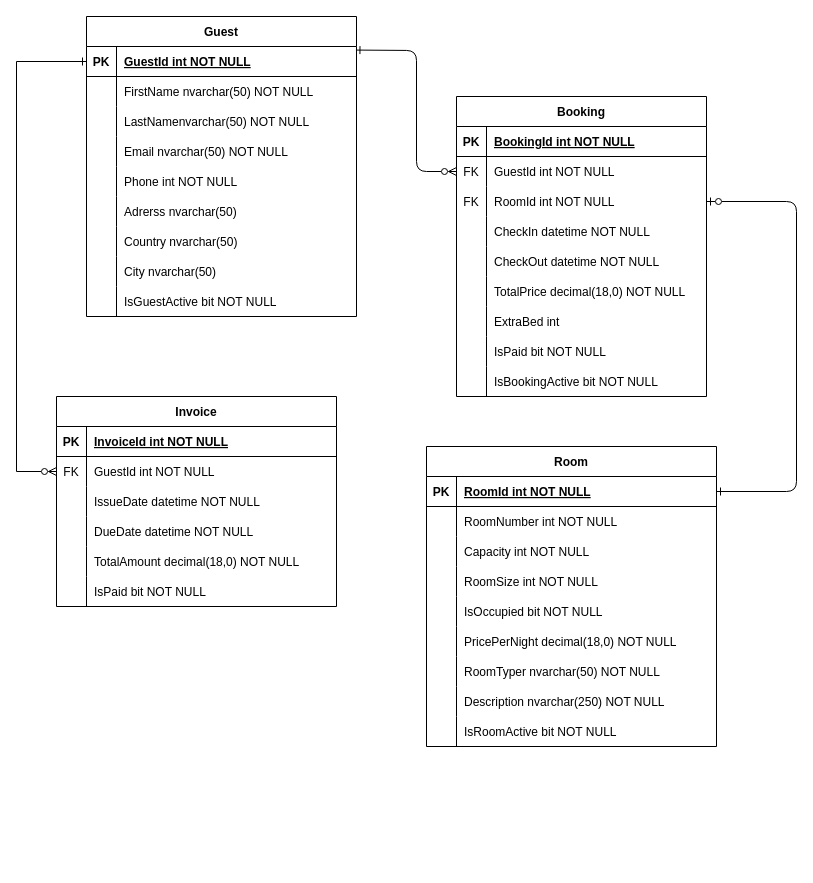
MosesDaCode/HotellCham keeps this draw.io diagram as Extra files/HotellCham ERD.drawio. Above is the earlier version. Source tidied: cells renumbered, new cells numbered last; positions are measured from the earlier drawing's top-left corner, leaving out a move shared by most shapes. Both pictures are drawn from the tidied source at 100%, with x=0, y=0 at pixel (16, 16).
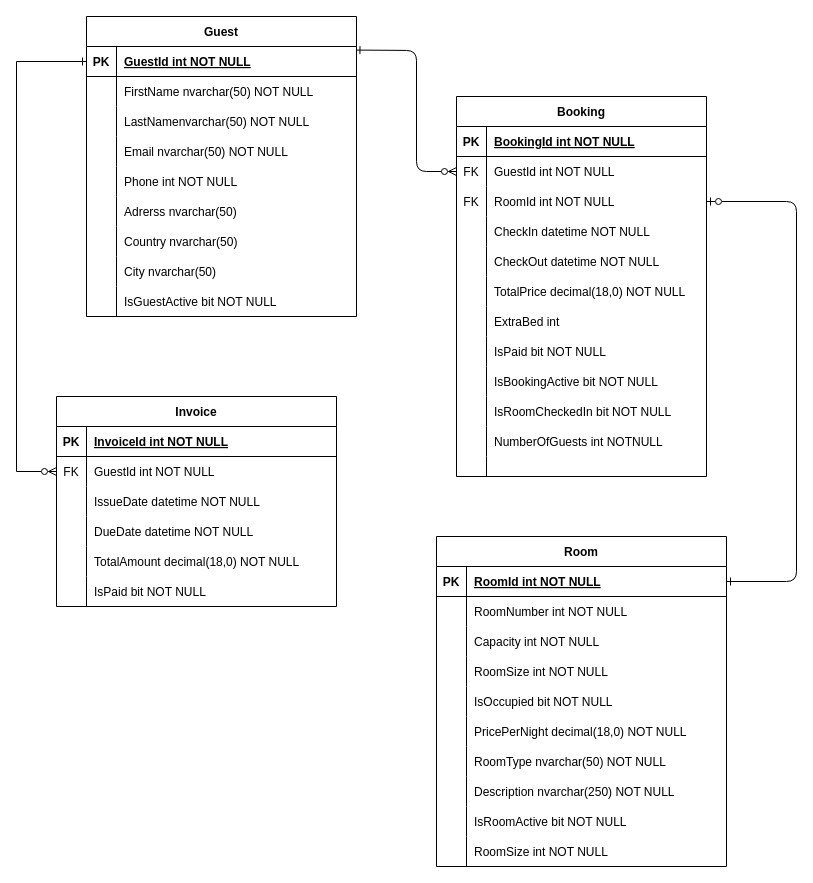
The same diagram, later.

Unchanged cells that the change refers to:
```xml
<mxCell id="11" style="shape=partialRectangle;fillColor=none;points=[[0,0.5],[1,0.5]];portConstraint=eastwest;top=0;left=0;right=0;bottom=0;" parent="4" vertex="1">
  <mxGeometry y="90" width="250" height="30" as="geometry" />
</mxCell>
<mxCell id="33" style="shape=partialRectangle;fillColor=none;points=[[0,0.5],[1,0.5]];portConstraint=eastwest;top=0;left=0;right=0;bottom=1;" parent="32" vertex="1">
  <mxGeometry y="30" width="290" height="30" as="geometry" />
</mxCell>
<mxCell id="51" style="shape=partialRectangle;fillColor=none;top=0;left=0;right=0;bottom=0;" parent="32" vertex="1">
  <mxGeometry y="210" width="290" height="30" as="geometry" />
</mxCell>
```

Diff of the diagram source:
```diff
@@
     <mxCell id="3" style="endArrow=ERone;startArrow=ERzeroToOne;endFill=0;startFill=0;entryX=1;entryY=0.5;entryDx=0;entryDy=0;exitX=1;exitY=0.5;exitDx=0;exitDy=0;" parent="1" edge="1" source="11" target="33">
       <mxGeometry relative="1" as="geometry">
         <Array as="points">
           <mxPoint x="780" y="185" />
-          <mxPoint x="780" y="475" />
+          <mxPoint x="780" y="565" />
         </Array>
       </mxGeometry>
     </mxCell>
     <mxCell id="4" value="Booking" style="shape=table;startSize=30;childLayout=tableLayout;rowLines=0;fontStyle=1;align=center;" parent="1" vertex="1">
-      <mxGeometry x="440" y="80" width="250" height="300" as="geometry" />
+      <mxGeometry x="440" y="80" width="250" height="380" as="geometry" />
     </mxCell>
@@
+    <mxCell id="108" style="shape=partialRectangle;fillColor=none;top=0;left=0;right=0;bottom=0;" parent="4" vertex="1">
+      <mxGeometry y="270" width="250" height="30" as="geometry" />
+    </mxCell>
+    <mxCell id="109" style="shape=partialRectangle;overflow=hidden;fillColor=none;top=0;left=0;bottom=0;right=0;" parent="108" vertex="1">
+      <mxGeometry width="30" height="30" as="geometry" />
+    </mxCell>
+    <mxCell id="110" value="IsBookingActive bit NOT NULL" style="shape=partialRectangle;overflow=hidden;fillColor=none;top=0;left=0;bottom=0;right=0;align=left;spacingLeft=6;" parent="108" vertex="1">
+      <mxGeometry x="30" width="220" height="30" as="geometry" />
+    </mxCell>
+    <mxCell id="111" style="shape=partialRectangle;fillColor=none;top=0;left=0;right=0;bottom=0;" parent="4" vertex="1">
+      <mxGeometry y="300" width="250" height="30" as="geometry" />
+    </mxCell>
+    <mxCell id="112" style="shape=partialRectangle;overflow=hidden;fillColor=none;top=0;left=0;bottom=0;right=0;" parent="111" vertex="1">
+      <mxGeometry width="30" height="30" as="geometry" />
+    </mxCell>
+    <mxCell id="113" value="IsRoomCheckedIn bit NOT NULL" style="shape=partialRectangle;overflow=hidden;fillColor=none;top=0;left=0;bottom=0;right=0;align=left;spacingLeft=6;" parent="111" vertex="1">
+      <mxGeometry x="30" width="220" height="30" as="geometry" />
+    </mxCell>
+    <mxCell id="114" style="shape=partialRectangle;fillColor=none;top=0;left=0;right=0;bottom=0;" parent="4" vertex="1">
+      <mxGeometry y="330" width="250" height="30" as="geometry" />
+    </mxCell>
+    <mxCell id="115" style="shape=partialRectangle;overflow=hidden;fillColor=none;top=0;left=0;bottom=0;right=0;" parent="114" vertex="1">
+      <mxGeometry width="30" height="30" as="geometry" />
+    </mxCell>
+    <mxCell id="116" value="NumberOfGuests int NOTNULL" style="shape=partialRectangle;overflow=hidden;fillColor=none;top=0;left=0;bottom=0;right=0;align=left;spacingLeft=6;" parent="114" vertex="1">
+      <mxGeometry x="30" width="220" height="30" as="geometry" />
+    </mxCell>
     <mxCell id="29" style="shape=partialRectangle;fillColor=none;top=0;left=0;right=0;bottom=0;" parent="4" vertex="1">
-      <mxGeometry y="270" width="250" height="30" as="geometry" />
+      <mxGeometry y="360" width="250" height="20" as="geometry" />
     </mxCell>
     <mxCell id="30" style="shape=partialRectangle;overflow=hidden;fillColor=none;top=0;left=0;bottom=0;right=0;" parent="29" vertex="1">
-      <mxGeometry width="30" height="30" as="geometry" />
+      <mxGeometry width="30" height="20" as="geometry" />
     </mxCell>
-    <mxCell id="31" value="IsBookingActive bit NOT NULL" style="shape=partialRectangle;overflow=hidden;fillColor=none;top=0;left=0;bottom=0;right=0;align=left;spacingLeft=6;" parent="29" vertex="1">
-      <mxGeometry x="30" width="220" height="30" as="geometry" />
+    <mxCell id="31" style="shape=partialRectangle;overflow=hidden;fillColor=none;top=0;left=0;bottom=0;right=0;align=left;spacingLeft=6;" parent="29" vertex="1">
+      <mxGeometry x="30" width="220" height="20" as="geometry" />
     </mxCell>
     <mxCell id="32" value="Room" style="shape=table;startSize=30;childLayout=tableLayout;rowLines=0;fontStyle=1;align=center;" parent="1" vertex="1">
-      <mxGeometry x="410" y="430" width="290" height="300" as="geometry" />
+      <mxGeometry x="420" y="520" width="290" height="330" as="geometry" />
     </mxCell>
@@
-    <mxCell id="53" value="RoomTyper nvarchar(50) NOT NULL" style="shape=partialRectangle;overflow=hidden;fillColor=none;top=0;left=0;bottom=0;right=0;align=left;spacingLeft=6;" parent="51" vertex="1">
+    <mxCell id="53" value="RoomType nvarchar(50) NOT NULL" style="shape=partialRectangle;overflow=hidden;fillColor=none;top=0;left=0;bottom=0;right=0;align=left;spacingLeft=6;" parent="51" vertex="1">
       <mxGeometry x="30" width="260" height="30" as="geometry" />
     </mxCell>
@@
+    <mxCell id="117" style="shape=partialRectangle;fillColor=none;top=0;left=0;right=0;bottom=0;" parent="32" vertex="1">
+      <mxGeometry y="270" width="290" height="30" as="geometry" />
+    </mxCell>
+    <mxCell id="118" style="shape=partialRectangle;overflow=hidden;fillColor=none;top=0;left=0;bottom=0;right=0;" parent="117" vertex="1">
+      <mxGeometry width="30" height="30" as="geometry" />
+    </mxCell>
+    <mxCell id="119" value="IsRoomActive bit NOT NULL" style="shape=partialRectangle;overflow=hidden;fillColor=none;top=0;left=0;bottom=0;right=0;align=left;spacingLeft=6;" parent="117" vertex="1">
+      <mxGeometry x="30" width="260" height="30" as="geometry" />
+    </mxCell>
     <mxCell id="57" style="shape=partialRectangle;fillColor=none;top=0;left=0;right=0;bottom=0;" parent="32" vertex="1">
-      <mxGeometry y="270" width="290" height="30" as="geometry" />
+      <mxGeometry y="300" width="290" height="30" as="geometry" />
     </mxCell>
@@
-    <mxCell id="59" value="IsRoomActive bit NOT NULL" style="shape=partialRectangle;overflow=hidden;fillColor=none;top=0;left=0;bottom=0;right=0;align=left;spacingLeft=6;" parent="57" vertex="1">
+    <mxCell id="59" value="RoomSize int NOT NULL" style="shape=partialRectangle;overflow=hidden;fillColor=none;top=0;left=0;bottom=0;right=0;align=left;spacingLeft=6;" parent="57" vertex="1">
       <mxGeometry x="30" width="260" height="30" as="geometry" />
     </mxCell>
```
